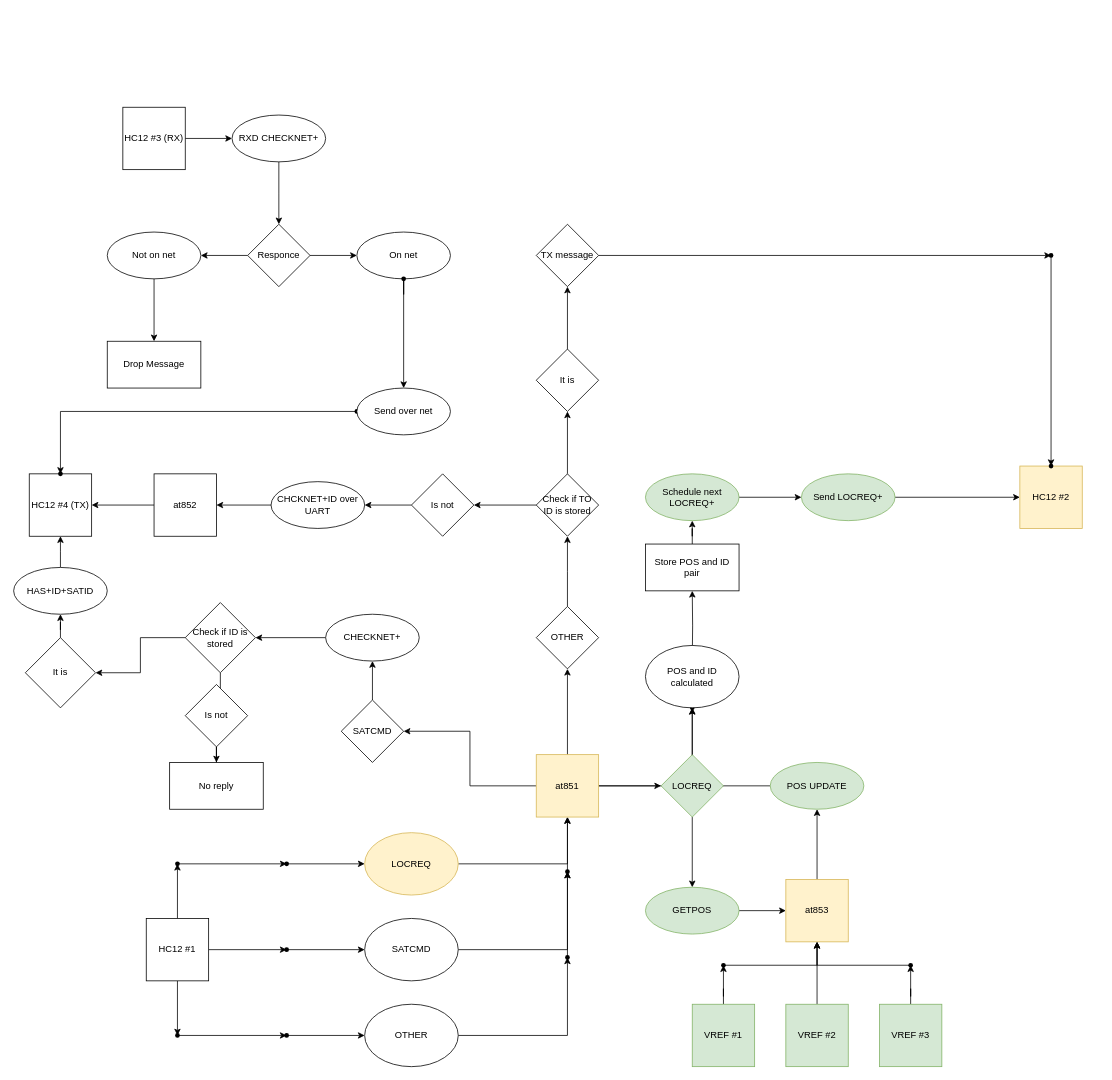
Above: assets/software_specs.drawio in lakefox/CARD_SAT (draw.io), before the change. Source tidied: cells renumbered, new cells numbered last; positions are measured from the earlier drawing's top-left corner, leaving out a move shared by most shapes. Both pictures are drawn from the tidied source at 78%, with x=0, y=0 at pixel (13, 107).
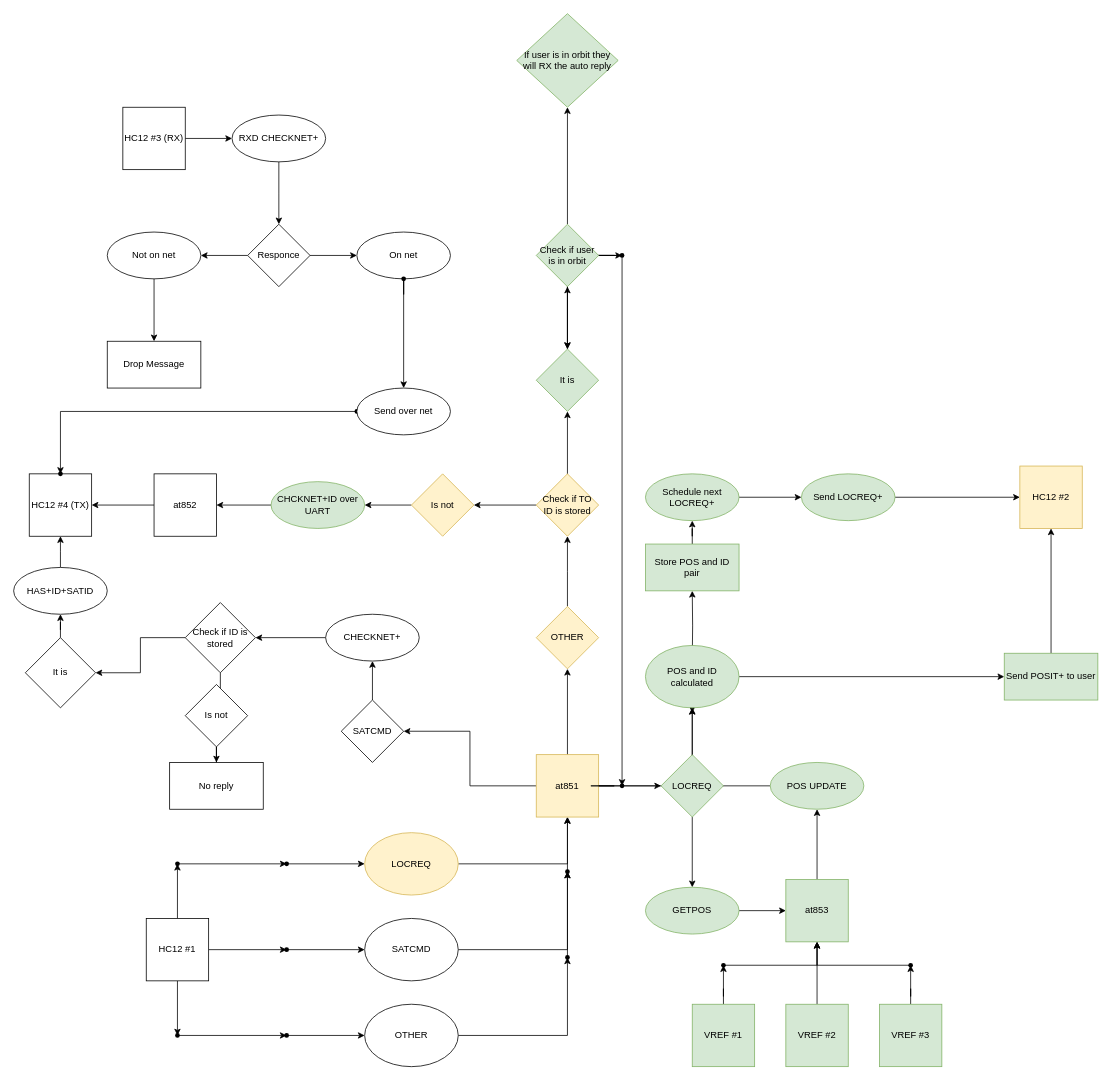
The same page after the edit.

Commit message (it also covers changes not shown here):
OTHER function half written

The change refers to these unchanged cells:
```xml
<mxCell id="6" value="at851" style="whiteSpace=wrap;html=1;fillColor=#fff2cc;strokeColor=#d6b656;" parent="1" vertex="1">
  <mxGeometry x="670" y="830" width="80" height="80" as="geometry" />
</mxCell>
<mxCell id="41" style="shape=waypoint;sketch=0;size=6;points=[];fillColor=default;perimeter=centerPerimeter;snapToPoint=1;" parent="1" vertex="1">
  <mxGeometry x="850" y="750" width="40" height="40" as="geometry" />
</mxCell>
<mxCell id="42" value="HC12 #2" style="whiteSpace=wrap;html=1;fillColor=#fff2cc;strokeColor=#d6b656;" parent="1" vertex="1">
  <mxGeometry x="1290" y="460" width="80" height="80" as="geometry" />
</mxCell>
```

Change to the diagram source:
```diff
@@
-    <mxCell id="3" style="edgeStyle=orthogonalEdgeStyle;rounded=0;jettySize=auto;html=1;" parent="1" edge="1" source="6" target="41">
+    <mxCell id="3" style="edgeStyle=orthogonalEdgeStyle;rounded=0;jettySize=auto;html=1;startArrow=none;" parent="1" edge="1" source="121" target="41">
       <mxGeometry relative="1" as="geometry" />
     </mxCell>
@@
-    <mxCell id="10" value="at853" style="whiteSpace=wrap;html=1;fillColor=#fff2cc;strokeColor=#d6b656;" parent="1" vertex="1">
+    <mxCell id="10" value="at853" style="whiteSpace=wrap;html=1;fillColor=#d5e8d4;strokeColor=#82b366;" parent="1" vertex="1">
       <mxGeometry x="990" y="990" width="80" height="80" as="geometry" />
     </mxCell>
@@
+    <mxCell id="110" style="edgeStyle=orthogonalEdgeStyle;rounded=0;jettySize=auto;html=1;" parent="1" edge="1" source="44" target="113">
+      <mxGeometry relative="1" as="geometry" />
+    </mxCell>
-    <mxCell id="44" value="POS and ID calculated" style="ellipse;whiteSpace=wrap;html=1;" parent="1" vertex="1">
+    <mxCell id="44" value="POS and ID calculated" style="ellipse;whiteSpace=wrap;html=1;fillColor=#d5e8d4;strokeColor=#82b366;" parent="1" vertex="1">
       <mxGeometry x="810" y="690" width="120" height="80" as="geometry" />
     </mxCell>
@@
-    <mxCell id="46" value="Store POS and ID pair" style="whiteSpace=wrap;html=1;" parent="1" vertex="1">
+    <mxCell id="46" value="Store POS and ID pair" style="whiteSpace=wrap;html=1;fillColor=#d5e8d4;strokeColor=#82b366;" parent="1" vertex="1">
       <mxGeometry x="810" y="560" width="120" height="60" as="geometry" />
     </mxCell>
@@
-    <mxCell id="64" value="OTHER" style="rhombus;whiteSpace=wrap;html=1;" parent="1" vertex="1">
+    <mxCell id="64" value="OTHER" style="rhombus;whiteSpace=wrap;html=1;fillColor=#fff2cc;strokeColor=#d6b656;" parent="1" vertex="1">
       <mxGeometry x="670" y="640" width="80" height="80" as="geometry" />
     </mxCell>
@@
-    <mxCell id="67" value="Check if TO ID is stored" style="rhombus;whiteSpace=wrap;html=1;" parent="1" vertex="1">
+    <mxCell id="67" value="Check if TO ID is stored" style="rhombus;whiteSpace=wrap;html=1;fillColor=#fff2cc;strokeColor=#d6b656;" parent="1" vertex="1">
       <mxGeometry x="670" y="470" width="80" height="80" as="geometry" />
     </mxCell>
-    <mxCell id="68" style="edgeStyle=orthogonalEdgeStyle;rounded=0;jettySize=auto;html=1;" parent="1" edge="1" source="69" target="83">
-      <mxGeometry relative="1" as="geometry" />
-    </mxCell>
+    <mxCell id="111" style="edgeStyle=orthogonalEdgeStyle;rounded=0;jettySize=auto;html=1;" parent="1" edge="1" source="69" target="118">
+      <mxGeometry relative="1" as="geometry" />
+    </mxCell>
-    <mxCell id="69" value="It is" style="rhombus;whiteSpace=wrap;html=1;" parent="1" vertex="1">
+    <mxCell id="69" value="It is" style="rhombus;whiteSpace=wrap;html=1;fillColor=#d5e8d4;strokeColor=#82b366;" parent="1" vertex="1">
       <mxGeometry x="670" y="310" width="80" height="80" as="geometry" />
     </mxCell>
@@
-    <mxCell id="71" value="Is not" style="rhombus;whiteSpace=wrap;html=1;" parent="1" vertex="1">
+    <mxCell id="71" value="Is not" style="rhombus;whiteSpace=wrap;html=1;fillColor=#fff2cc;strokeColor=#d6b656;" parent="1" vertex="1">
       <mxGeometry x="510" y="470" width="80" height="80" as="geometry" />
     </mxCell>
@@
-    <mxCell id="73" value="CHCKNET+ID over UART" style="ellipse;whiteSpace=wrap;html=1;" parent="1" vertex="1">
+    <mxCell id="73" value="CHCKNET+ID over UART" style="ellipse;whiteSpace=wrap;html=1;fillColor=#d5e8d4;strokeColor=#82b366;" parent="1" vertex="1">
       <mxGeometry x="330" y="480" width="120" height="60" as="geometry" />
     </mxCell>
@@
-    <mxCell id="82" style="edgeStyle=orthogonalEdgeStyle;rounded=0;jettySize=auto;html=1;" parent="1" edge="1" source="83" target="85">
-      <mxGeometry relative="1" as="geometry" />
-    </mxCell>
-    <mxCell id="83" value="TX message" style="rhombus;whiteSpace=wrap;html=1;" parent="1" vertex="1">
-      <mxGeometry x="670" y="150" width="80" height="80" as="geometry" />
+    <mxCell id="83" value="If user is in orbit they will RX the auto reply" style="rhombus;whiteSpace=wrap;html=1;fillColor=#d5e8d4;strokeColor=#82b366;" parent="1" vertex="1">
+      <mxGeometry x="645" y="-120" width="130" height="120" as="geometry" />
     </mxCell>
-    <mxCell id="84" style="edgeStyle=orthogonalEdgeStyle;rounded=0;jettySize=auto;html=1;" parent="1" edge="1" source="85" target="86">
-      <mxGeometry relative="1" as="geometry" />
-    </mxCell>
-    <mxCell id="85" style="shape=waypoint;sketch=0;size=6;points=[];fillColor=default;perimeter=centerPerimeter;snapToPoint=1;" parent="1" vertex="1">
-      <mxGeometry x="1310" y="170" width="40" height="40" as="geometry" />
-    </mxCell>
-    <mxCell id="86" style="shape=waypoint;sketch=0;size=6;points=[];fillColor=default;perimeter=centerPerimeter;snapToPoint=1;" parent="1" vertex="1">
-      <mxGeometry x="1310" y="440" width="40" height="40" as="geometry" />
-    </mxCell>
@@
+    <mxCell id="112" style="edgeStyle=orthogonalEdgeStyle;rounded=0;jettySize=auto;html=1;entryX=0.5;entryY=1;entryDx=0;entryDy=0;" parent="1" edge="1" source="113" target="42">
+      <mxGeometry relative="1" as="geometry" />
+    </mxCell>
+    <mxCell id="113" value="Send POSIT+ to user" style="whiteSpace=wrap;html=1;fillColor=#d5e8d4;strokeColor=#82b366;" parent="1" vertex="1">
+      <mxGeometry x="1270" y="700" width="120" height="60" as="geometry" />
+    </mxCell>
+    <mxCell id="114" style="edgeStyle=orthogonalEdgeStyle;rounded=0;jettySize=auto;html=1;" parent="1" edge="1" source="118" target="83">
+      <mxGeometry relative="1" as="geometry" />
+    </mxCell>
+    <mxCell id="115" style="edgeStyle=orthogonalEdgeStyle;rounded=0;jettySize=auto;html=1;" parent="1" edge="1" source="118" target="120">
+      <mxGeometry relative="1" as="geometry" />
+    </mxCell>
+    <mxCell id="116" style="edgeStyle=orthogonalEdgeStyle;rounded=0;jettySize=auto;html=1;" parent="1" edge="1" source="120" target="69">
+      <mxGeometry relative="1" as="geometry" />
+    </mxCell>
+    <mxCell id="117" style="edgeStyle=orthogonalEdgeStyle;rounded=0;jettySize=auto;html=1;" parent="1" edge="1" source="120" target="69">
+      <mxGeometry relative="1" as="geometry" />
+    </mxCell>
+    <mxCell id="118" value="Check if user is in orbit" style="rhombus;whiteSpace=wrap;html=1;fillColor=#d5e8d4;strokeColor=#82b366;" parent="1" vertex="1">
+      <mxGeometry x="670" y="150" width="80" height="80" as="geometry" />
+    </mxCell>
+    <mxCell id="119" style="edgeStyle=orthogonalEdgeStyle;rounded=0;jettySize=auto;html=1;" parent="1" edge="1" source="120" target="121">
+      <mxGeometry relative="1" as="geometry" />
+    </mxCell>
+    <mxCell id="120" style="shape=waypoint;sketch=0;size=6;points=[];fillColor=default;perimeter=centerPerimeter;snapToPoint=1;" parent="1" vertex="1">
+      <mxGeometry x="760" y="170" width="40" height="40" as="geometry" />
+    </mxCell>
+    <mxCell id="121" style="shape=waypoint;sketch=0;size=6;points=[];fillColor=default;perimeter=centerPerimeter;snapToPoint=1;" parent="1" vertex="1">
+      <mxGeometry x="760" y="850" width="40" height="40" as="geometry" />
+    </mxCell>
+    <mxCell id="122" style="edgeStyle=orthogonalEdgeStyle;rounded=0;jettySize=auto;html=1;endArrow=none;" parent="1" edge="1" source="6" target="121">
+      <mxGeometry relative="1" as="geometry" />
+    </mxCell>
```
